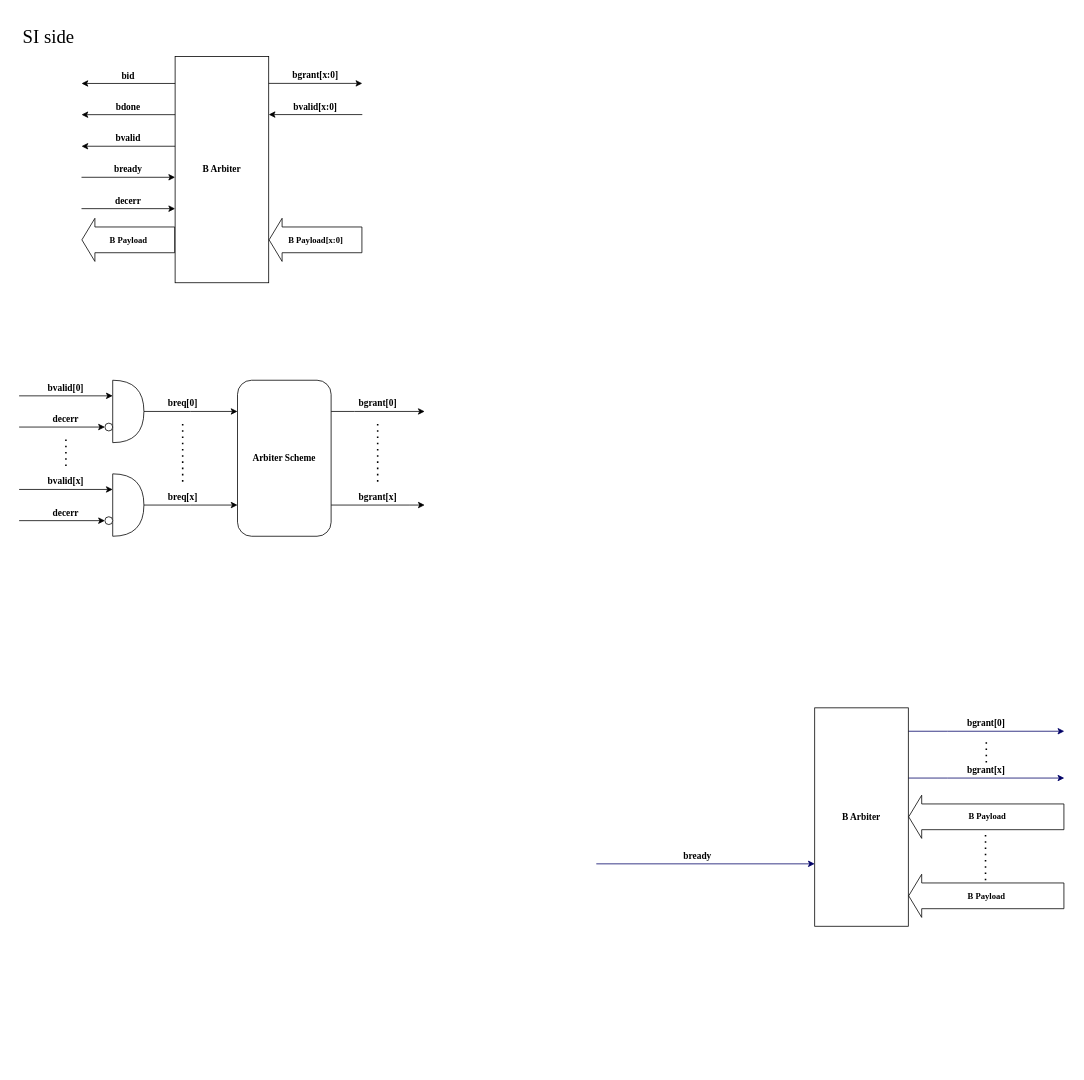
Before: page "B Arbiter" (4 of 5) of Untitled Diagram.drawio in hungbk99/AXI4_BUS, a draw.io diagram. Source tidied: cells renumbered, new cells numbered last; positions are measured from the earlier drawing's top-left corner, leaving out a move shared by most shapes. Both pictures are drawn from the tidied source at 78%, with x=0, y=0 at pixel (19, 21).
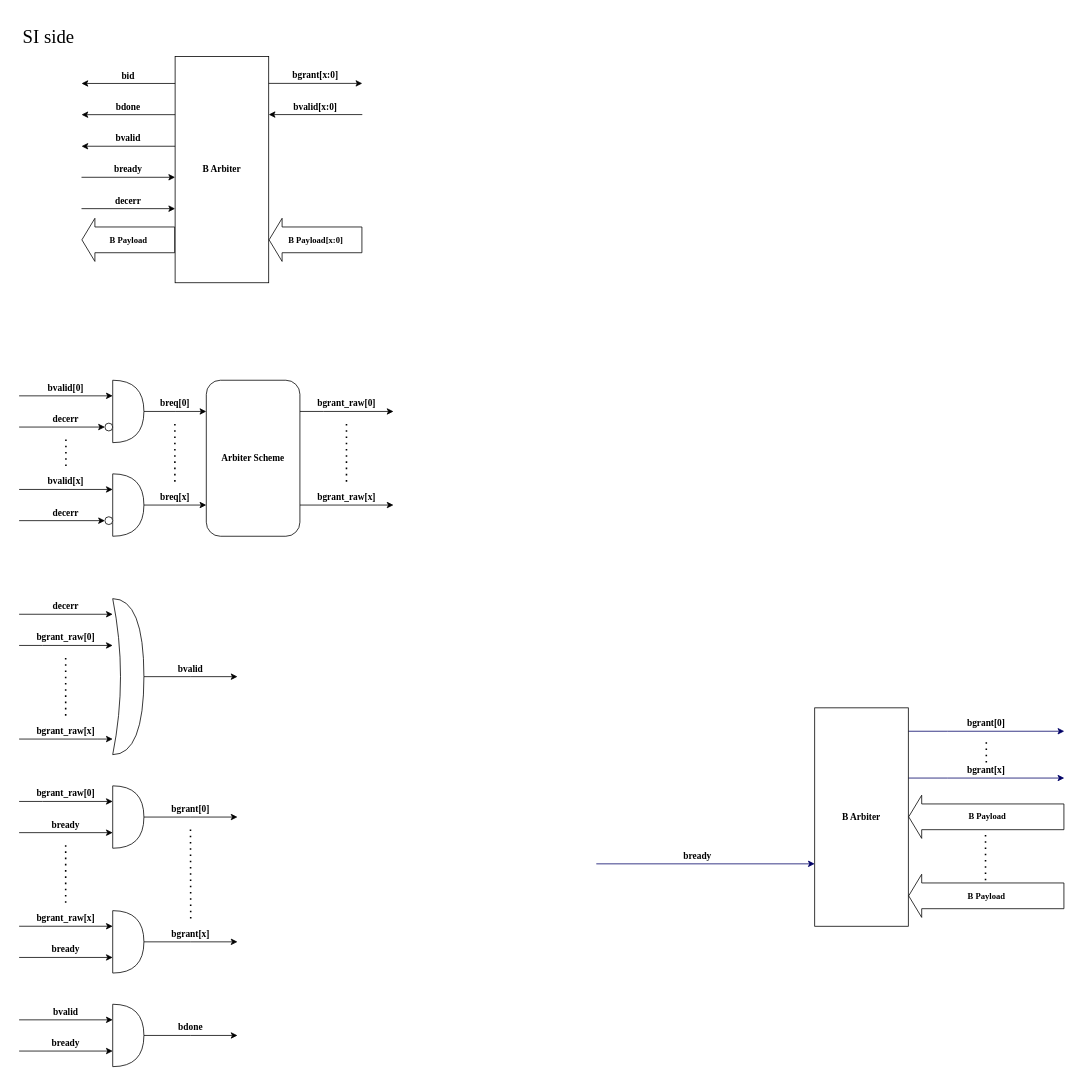
After the change.

Unchanged cells that the change refers to:
```xml
<mxCell id="40" style="shape=or;whiteSpace=wrap;html=1;" parent="1" vertex="1">
  <mxGeometry x="120" y="460" width="40" height="80" as="geometry" />
</mxCell>
<mxCell id="46" style="shape=or;whiteSpace=wrap;html=1;" parent="1" vertex="1">
  <mxGeometry x="120" y="580" width="40" height="80" as="geometry" />
</mxCell>
```

What changed in the source:
```diff
@@
     <mxCell id="26" value="&lt;b&gt;&lt;font face=&quot;Times New Roman&quot;&gt;bready&lt;/font&gt;&lt;/b&gt;" style="text;html=1;strokeColor=none;fillColor=none;align=center;verticalAlign=middle;whiteSpace=wrap;rounded=0;" parent="1" vertex="1">
-      <mxGeometry x="120" y="179.8" width="40" height="20" as="geometry" />
+      <mxGeometry x="120" y="180" width="40" height="20" as="geometry" />
     </mxCell>
@@
     <mxCell id="35" style="edgeStyle=orthogonalEdgeStyle;rounded=0;jettySize=auto;html=1;" parent="1" edge="1" source="37">
       <mxGeometry relative="1" as="geometry">
-        <mxPoint x="520" y="500" as="targetPoint" />
+        <mxPoint x="480" y="500" as="targetPoint" />
         <Array as="points">
-          <mxPoint x="430" y="500" />
-          <mxPoint x="430" y="500" />
+          <mxPoint x="390" y="500" />
+          <mxPoint x="390" y="500" />
         </Array>
       </mxGeometry>
     </mxCell>
     <mxCell id="36" style="edgeStyle=orthogonalEdgeStyle;rounded=0;jettySize=auto;html=1;" parent="1" edge="1" source="37">
       <mxGeometry relative="1" as="geometry">
-        <mxPoint x="520" y="620" as="targetPoint" />
+        <mxPoint x="480" y="620" as="targetPoint" />
         <Array as="points">
-          <mxPoint x="500" y="620" />
-          <mxPoint x="500" y="620" />
+          <mxPoint x="460" y="620" />
+          <mxPoint x="460" y="620" />
         </Array>
       </mxGeometry>
     </mxCell>
     <mxCell id="37" value="&lt;b&gt;&lt;font face=&quot;Times New Roman&quot;&gt;Arbiter Scheme&lt;/font&gt;&lt;/b&gt;" style="rounded=1;whiteSpace=wrap;html=1;" parent="1" vertex="1">
-      <mxGeometry x="280" y="460" width="120" height="200" as="geometry" />
+      <mxGeometry x="240" y="460" width="120" height="200" as="geometry" />
     </mxCell>
@@
     <mxCell id="39" style="edgeStyle=orthogonalEdgeStyle;rounded=0;jettySize=auto;html=1;" parent="1" edge="1" source="40">
       <mxGeometry relative="1" as="geometry">
-        <mxPoint x="280" y="500" as="targetPoint" />
+        <mxPoint x="240" y="500" as="targetPoint" />
       </mxGeometry>
     </mxCell>
@@
     <mxCell id="45" style="edgeStyle=orthogonalEdgeStyle;rounded=0;jettySize=auto;html=1;" parent="1" edge="1" source="46">
       <mxGeometry relative="1" as="geometry">
-        <mxPoint x="280" y="620" as="targetPoint" />
+        <mxPoint x="240" y="620" as="targetPoint" />
       </mxGeometry>
     </mxCell>
@@
     <mxCell id="53" style="endArrow=none;dashed=1;html=1;dashPattern=1 3;strokeWidth=2;" parent="1" edge="1">
       <mxGeometry relative="1" as="geometry">
-        <mxPoint x="209.7" y="590" as="sourcePoint" />
-        <mxPoint x="209.7" y="510" as="targetPoint" />
+        <mxPoint x="199.7" y="590" as="sourcePoint" />
+        <mxPoint x="199.7" y="510" as="targetPoint" />
       </mxGeometry>
     </mxCell>
     <mxCell id="54" value="&lt;b&gt;&lt;font face=&quot;Times New Roman&quot;&gt;breq[0]&lt;/font&gt;&lt;/b&gt;" style="text;html=1;strokeColor=none;fillColor=none;align=center;verticalAlign=middle;whiteSpace=wrap;rounded=0;" parent="1" vertex="1">
-      <mxGeometry x="190" y="480" width="40" height="20" as="geometry" />
+      <mxGeometry x="180" y="480" width="40" height="20" as="geometry" />
     </mxCell>
     <mxCell id="55" value="&lt;b&gt;&lt;font face=&quot;Times New Roman&quot;&gt;breq[x]&lt;/font&gt;&lt;/b&gt;" style="text;html=1;strokeColor=none;fillColor=none;align=center;verticalAlign=middle;whiteSpace=wrap;rounded=0;" parent="1" vertex="1">
-      <mxGeometry x="190" y="600" width="40" height="20" as="geometry" />
+      <mxGeometry x="180" y="600" width="40" height="20" as="geometry" />
     </mxCell>
-    <mxCell id="56" style="endArrow=none;dashed=1;html=1;dashPattern=1 3;strokeWidth=2;" parent="1" edge="1">
-      <mxGeometry relative="1" as="geometry">
-        <mxPoint x="459.7" y="590" as="sourcePoint" />
-        <mxPoint x="459.7" y="510" as="targetPoint" />
-      </mxGeometry>
-    </mxCell>
+    <mxCell id="59" style="endArrow=classic;html=1;" parent="1" edge="1">
+      <mxGeometry relative="1" as="geometry">
+        <mxPoint y="760" as="sourcePoint" />
+        <mxPoint x="120" y="760" as="targetPoint" />
+      </mxGeometry>
+    </mxCell>
+    <mxCell id="60" value="&lt;b&gt;&lt;font face=&quot;Times New Roman&quot;&gt;decerr&lt;/font&gt;&lt;/b&gt;" style="text;html=1;strokeColor=none;fillColor=none;align=center;verticalAlign=middle;whiteSpace=wrap;rounded=0;" parent="1" vertex="1">
+      <mxGeometry x="40" y="740" width="40" height="20" as="geometry" />
+    </mxCell>
+    <mxCell id="61" style="edgeStyle=orthogonalEdgeStyle;rounded=0;orthogonalLoop=1;jettySize=auto;html=1;" parent="1" edge="1">
+      <mxGeometry relative="1" as="geometry">
+        <mxPoint y="800" as="sourcePoint" />
+        <mxPoint x="120" y="800" as="targetPoint" />
+        <Array as="points">
+          <mxPoint x="30" y="800" />
+          <mxPoint x="30" y="800" />
+        </Array>
+      </mxGeometry>
+    </mxCell>
+    <mxCell id="62" style="edgeStyle=orthogonalEdgeStyle;rounded=0;orthogonalLoop=1;jettySize=auto;html=1;" parent="1" edge="1">
+      <mxGeometry relative="1" as="geometry">
+        <mxPoint y="920" as="sourcePoint" />
+        <mxPoint x="120" y="920" as="targetPoint" />
+        <Array as="points">
+          <mxPoint x="100" y="920" />
+          <mxPoint x="100" y="920" />
+        </Array>
+      </mxGeometry>
+    </mxCell>
+    <mxCell id="63" style="endArrow=none;dashed=1;html=1;dashPattern=1 3;strokeWidth=2;" parent="1" edge="1">
+      <mxGeometry relative="1" as="geometry">
+        <mxPoint x="59.7" y="890" as="sourcePoint" />
+        <mxPoint x="59.7" y="810" as="targetPoint" />
+      </mxGeometry>
+    </mxCell>
+    <mxCell id="64" value="&lt;b&gt;&lt;font face=&quot;Times New Roman&quot;&gt;bgrant_raw[0]&lt;/font&gt;&lt;/b&gt;" style="text;html=1;strokeColor=none;fillColor=none;align=center;verticalAlign=middle;whiteSpace=wrap;rounded=0;" parent="1" vertex="1">
+      <mxGeometry x="40" y="780" width="40" height="20" as="geometry" />
+    </mxCell>
+    <mxCell id="65" value="&lt;b&gt;&lt;font face=&quot;Times New Roman&quot;&gt;bgrant_raw[x]&lt;/font&gt;&lt;/b&gt;" style="text;html=1;strokeColor=none;fillColor=none;align=center;verticalAlign=middle;whiteSpace=wrap;rounded=0;" parent="1" vertex="1">
+      <mxGeometry x="40" y="900" width="40" height="20" as="geometry" />
+    </mxCell>
+    <mxCell id="66" style="edgeStyle=orthogonalEdgeStyle;rounded=0;jettySize=auto;html=1;" parent="1" edge="1" source="67">
+      <mxGeometry relative="1" as="geometry">
+        <mxPoint x="280" y="840" as="targetPoint" />
+      </mxGeometry>
+    </mxCell>
+    <mxCell id="67" style="shape=xor;whiteSpace=wrap;html=1;" parent="1" vertex="1">
+      <mxGeometry x="120" y="740" width="40" height="200" as="geometry" />
+    </mxCell>
+    <mxCell id="68" value="&lt;div&gt;&lt;b&gt;&lt;font face=&quot;Times New Roman&quot;&gt;bvalid&lt;/font&gt;&lt;/b&gt;&lt;/div&gt;" style="text;html=1;strokeColor=none;fillColor=none;align=center;verticalAlign=middle;whiteSpace=wrap;rounded=0;" parent="1" vertex="1">
+      <mxGeometry x="200" y="820" width="40" height="20" as="geometry" />
+    </mxCell>
+    <mxCell id="69" style="edgeStyle=orthogonalEdgeStyle;rounded=0;orthogonalLoop=1;jettySize=auto;html=1;" parent="1" edge="1">
+      <mxGeometry relative="1" as="geometry">
+        <mxPoint y="1000" as="sourcePoint" />
+        <mxPoint x="120" y="1000" as="targetPoint" />
+        <Array as="points">
+          <mxPoint x="30" y="1000" />
+          <mxPoint x="30" y="1000" />
+        </Array>
+      </mxGeometry>
+    </mxCell>
+    <mxCell id="70" style="endArrow=none;dashed=1;html=1;dashPattern=1 3;strokeWidth=2;" parent="1" edge="1">
+      <mxGeometry relative="1" as="geometry">
+        <mxPoint x="59.7" y="1130" as="sourcePoint" />
+        <mxPoint x="59.7" y="1050" as="targetPoint" />
+      </mxGeometry>
+    </mxCell>
+    <mxCell id="71" style="edgeStyle=orthogonalEdgeStyle;rounded=0;jettySize=auto;html=1;" parent="1" edge="1" source="72">
+      <mxGeometry relative="1" as="geometry">
+        <mxPoint x="280" y="1020" as="targetPoint" />
+      </mxGeometry>
+    </mxCell>
+    <mxCell id="72" style="shape=or;whiteSpace=wrap;html=1;" parent="1" vertex="1">
+      <mxGeometry x="120" y="980" width="40" height="80" as="geometry" />
+    </mxCell>
+    <mxCell id="73" style="endArrow=classic;html=1;" parent="1" edge="1">
+      <mxGeometry relative="1" as="geometry">
+        <mxPoint y="1040" as="sourcePoint" />
+        <mxPoint x="120" y="1040" as="targetPoint" />
+      </mxGeometry>
+    </mxCell>
+    <mxCell id="74" value="&lt;b&gt;&lt;font face=&quot;Times New Roman&quot;&gt;bready&lt;/font&gt;&lt;/b&gt;" style="text;html=1;strokeColor=none;fillColor=none;align=center;verticalAlign=middle;whiteSpace=wrap;rounded=0;" parent="1" vertex="1">
+      <mxGeometry x="40" y="1020" width="40" height="20" as="geometry" />
+    </mxCell>
+    <mxCell id="75" value="&lt;b&gt;&lt;font face=&quot;Times New Roman&quot;&gt;bgrant_raw[0]&lt;/font&gt;&lt;/b&gt;" style="text;html=1;strokeColor=none;fillColor=none;align=center;verticalAlign=middle;whiteSpace=wrap;rounded=0;" parent="1" vertex="1">
+      <mxGeometry x="40" y="980" width="40" height="20" as="geometry" />
+    </mxCell>
+    <mxCell id="76" style="edgeStyle=orthogonalEdgeStyle;rounded=0;orthogonalLoop=1;jettySize=auto;html=1;" parent="1" edge="1">
+      <mxGeometry relative="1" as="geometry">
+        <mxPoint y="1160" as="sourcePoint" />
+        <mxPoint x="120" y="1160" as="targetPoint" />
+        <Array as="points">
+          <mxPoint x="30" y="1160" />
+          <mxPoint x="30" y="1160" />
+        </Array>
+      </mxGeometry>
+    </mxCell>
+    <mxCell id="77" style="edgeStyle=orthogonalEdgeStyle;rounded=0;jettySize=auto;html=1;" parent="1" edge="1" source="78">
+      <mxGeometry relative="1" as="geometry">
+        <mxPoint x="280" y="1180" as="targetPoint" />
+      </mxGeometry>
+    </mxCell>
+    <mxCell id="78" style="shape=or;whiteSpace=wrap;html=1;" parent="1" vertex="1">
+      <mxGeometry x="120" y="1140" width="40" height="80" as="geometry" />
+    </mxCell>
+    <mxCell id="79" value="&lt;b&gt;&lt;font face=&quot;Times New Roman&quot;&gt;bgrant_raw[x]&lt;/font&gt;&lt;/b&gt;" style="text;html=1;strokeColor=none;fillColor=none;align=center;verticalAlign=middle;whiteSpace=wrap;rounded=0;" parent="1" vertex="1">
+      <mxGeometry x="40" y="1140" width="40" height="20" as="geometry" />
+    </mxCell>
+    <mxCell id="80" style="endArrow=none;dashed=1;html=1;dashPattern=1 3;strokeWidth=2;" parent="1" edge="1">
+      <mxGeometry relative="1" as="geometry">
+        <mxPoint x="220" y="1150" as="sourcePoint" />
+        <mxPoint x="219.7" y="1030" as="targetPoint" />
+      </mxGeometry>
+    </mxCell>
     <mxCell id="57" value="&lt;b&gt;&lt;font face=&quot;Times New Roman&quot;&gt;bgrant[0]&lt;/font&gt;&lt;/b&gt;" style="text;html=1;strokeColor=none;fillColor=none;align=center;verticalAlign=middle;whiteSpace=wrap;rounded=0;" parent="1" vertex="1">
-      <mxGeometry x="440" y="480" width="40" height="20" as="geometry" />
+      <mxGeometry x="200" y="1000" width="40" height="20" as="geometry" />
     </mxCell>
     <mxCell id="58" value="&lt;b&gt;&lt;font face=&quot;Times New Roman&quot;&gt;bgrant[x]&lt;/font&gt;&lt;/b&gt;" style="text;html=1;strokeColor=none;fillColor=none;align=center;verticalAlign=middle;whiteSpace=wrap;rounded=0;" parent="1" vertex="1">
-      <mxGeometry x="440" y="600" width="40" height="20" as="geometry" />
+      <mxGeometry x="200" y="1160" width="40" height="20" as="geometry" />
     </mxCell>
+    <mxCell id="81" style="endArrow=none;dashed=1;html=1;dashPattern=1 3;strokeWidth=2;" parent="1" edge="1">
+      <mxGeometry relative="1" as="geometry">
+        <mxPoint x="419.7" y="590" as="sourcePoint" />
+        <mxPoint x="419.7" y="510" as="targetPoint" />
+      </mxGeometry>
+    </mxCell>
+    <mxCell id="82" value="&lt;b&gt;&lt;font face=&quot;Times New Roman&quot;&gt;bgrant_raw[0]&lt;/font&gt;&lt;/b&gt;" style="text;html=1;strokeColor=none;fillColor=none;align=center;verticalAlign=middle;whiteSpace=wrap;rounded=0;" parent="1" vertex="1">
+      <mxGeometry x="400" y="480" width="40" height="20" as="geometry" />
+    </mxCell>
+    <mxCell id="83" value="&lt;b&gt;&lt;font face=&quot;Times New Roman&quot;&gt;bgrant_raw[x]&lt;/font&gt;&lt;/b&gt;" style="text;html=1;strokeColor=none;fillColor=none;align=center;verticalAlign=middle;whiteSpace=wrap;rounded=0;" parent="1" vertex="1">
+      <mxGeometry x="400" y="600" width="40" height="20" as="geometry" />
+    </mxCell>
+    <mxCell id="84" style="edgeStyle=orthogonalEdgeStyle;rounded=0;orthogonalLoop=1;jettySize=auto;html=1;" parent="1" edge="1">
+      <mxGeometry relative="1" as="geometry">
+        <mxPoint y="1280" as="sourcePoint" />
+        <mxPoint x="120" y="1280" as="targetPoint" />
+      </mxGeometry>
+    </mxCell>
+    <mxCell id="85" value="&lt;div&gt;&lt;b&gt;&lt;font face=&quot;Times New Roman&quot;&gt;bvalid&lt;/font&gt;&lt;/b&gt;&lt;/div&gt;" style="text;html=1;strokeColor=none;fillColor=none;align=center;verticalAlign=middle;whiteSpace=wrap;rounded=0;" parent="1" vertex="1">
+      <mxGeometry x="40" y="1260" width="40" height="20" as="geometry" />
+    </mxCell>
+    <mxCell id="86" style="edgeStyle=orthogonalEdgeStyle;rounded=0;jettySize=auto;html=1;" parent="1" edge="1" source="87">
+      <mxGeometry relative="1" as="geometry">
+        <mxPoint x="280" y="1300" as="targetPoint" />
+      </mxGeometry>
+    </mxCell>
+    <mxCell id="87" style="shape=or;whiteSpace=wrap;html=1;" parent="1" vertex="1">
+      <mxGeometry x="120" y="1260" width="40" height="80" as="geometry" />
+    </mxCell>
+    <mxCell id="88" style="endArrow=classic;html=1;" parent="1" edge="1">
+      <mxGeometry relative="1" as="geometry">
+        <mxPoint y="1320" as="sourcePoint" />
+        <mxPoint x="120" y="1320" as="targetPoint" />
+      </mxGeometry>
+    </mxCell>
+    <mxCell id="89" value="&lt;b&gt;&lt;font face=&quot;Times New Roman&quot;&gt;bready&lt;/font&gt;&lt;/b&gt;" style="text;html=1;strokeColor=none;fillColor=none;align=center;verticalAlign=middle;whiteSpace=wrap;rounded=0;" parent="1" vertex="1">
+      <mxGeometry x="40" y="1300" width="40" height="20" as="geometry" />
+    </mxCell>
+    <mxCell id="90" value="&lt;b&gt;&lt;font face=&quot;Times New Roman&quot;&gt;bdone&lt;/font&gt;&lt;/b&gt;" style="text;html=1;strokeColor=none;fillColor=none;align=center;verticalAlign=middle;whiteSpace=wrap;rounded=0;" parent="1" vertex="1">
+      <mxGeometry x="200" y="1280" width="40" height="20" as="geometry" />
+    </mxCell>
+    <mxCell id="91" style="endArrow=classic;html=1;" parent="1" edge="1">
+      <mxGeometry relative="1" as="geometry">
+        <mxPoint y="1200" as="sourcePoint" />
+        <mxPoint x="120" y="1200" as="targetPoint" />
+      </mxGeometry>
+    </mxCell>
+    <mxCell id="92" value="&lt;b&gt;&lt;font face=&quot;Times New Roman&quot;&gt;bready&lt;/font&gt;&lt;/b&gt;" style="text;html=1;strokeColor=none;fillColor=none;align=center;verticalAlign=middle;whiteSpace=wrap;rounded=0;" parent="1" vertex="1">
+      <mxGeometry x="40" y="1180" width="40" height="20" as="geometry" />
+    </mxCell>
```
